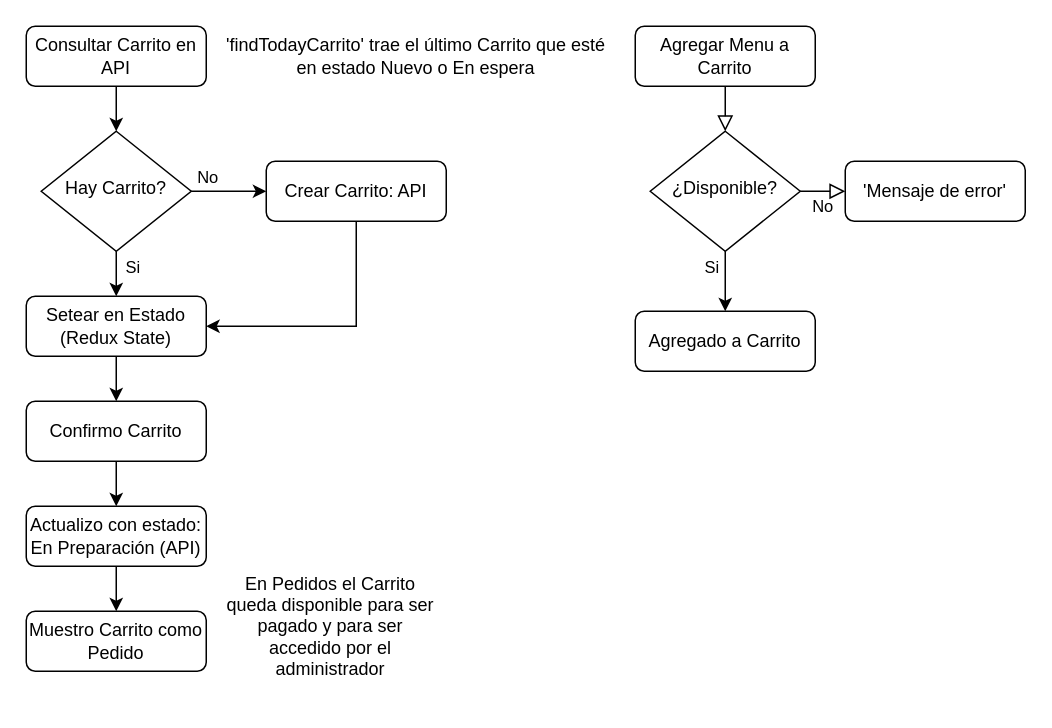
This is Carrito_ciclo_de_vida.drawio from ariel0000/bar-app-diagrams, a draw.io file, before an edit. Source tidied: cells renumbered, new cells numbered last; positions are measured from the earlier drawing's top-left corner, leaving out a move shared by most shapes. Both pictures are drawn from the tidied source at 150%, with x=0, y=0 at pixel (26, 26).
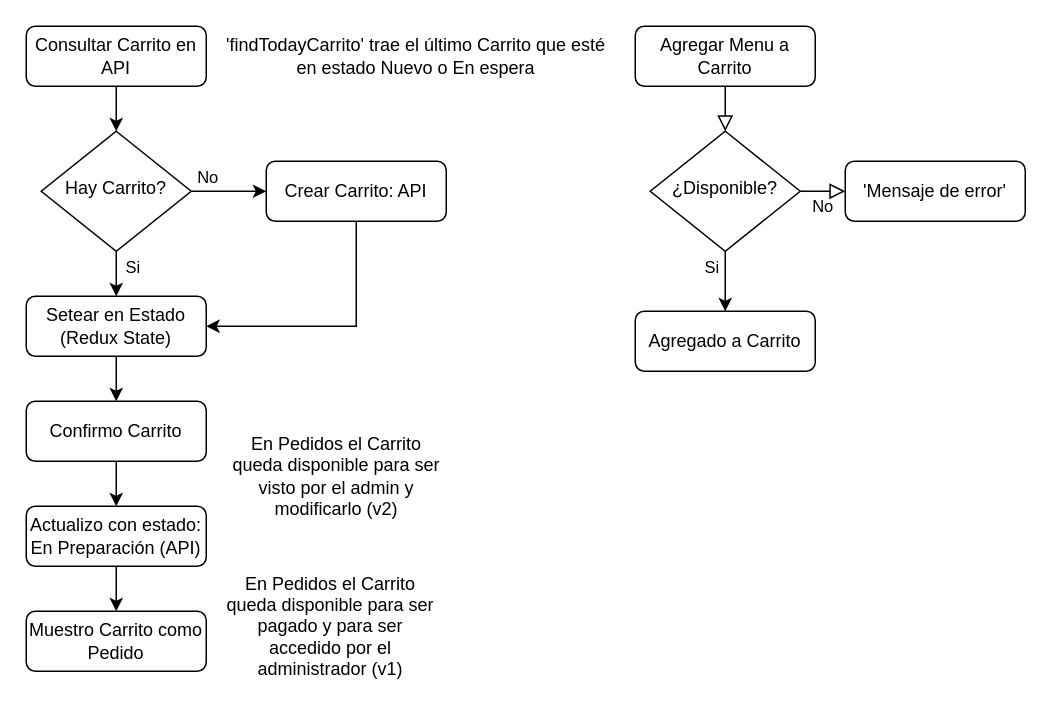
The same diagram, later.

Diff of the diagram source:
```diff
@@
-    <mxCell id="27" value="En Pedidos el Carrito queda disponible para ser pagado y para ser accedido por el administrador" style="text;html=1;align=center;verticalAlign=middle;whiteSpace=wrap;rounded=0;" parent="1" vertex="1">
+    <mxCell id="27" value="En Pedidos el Carrito queda disponible para ser pagado y para ser accedido por el administrador (v1)" style="text;html=1;align=center;verticalAlign=middle;whiteSpace=wrap;rounded=0;" parent="1" vertex="1">
       <mxGeometry x="130" y="350" width="146" height="100" as="geometry" />
     </mxCell>
+    <mxCell id="28" value="En Pedidos el Carrito queda disponible para ser visto por el admin y modificarlo (v2)" style="text;html=1;align=center;verticalAlign=middle;whiteSpace=wrap;rounded=0;" parent="1" vertex="1">
+      <mxGeometry x="134" y="250" width="146" height="100" as="geometry" />
+    </mxCell>
```
